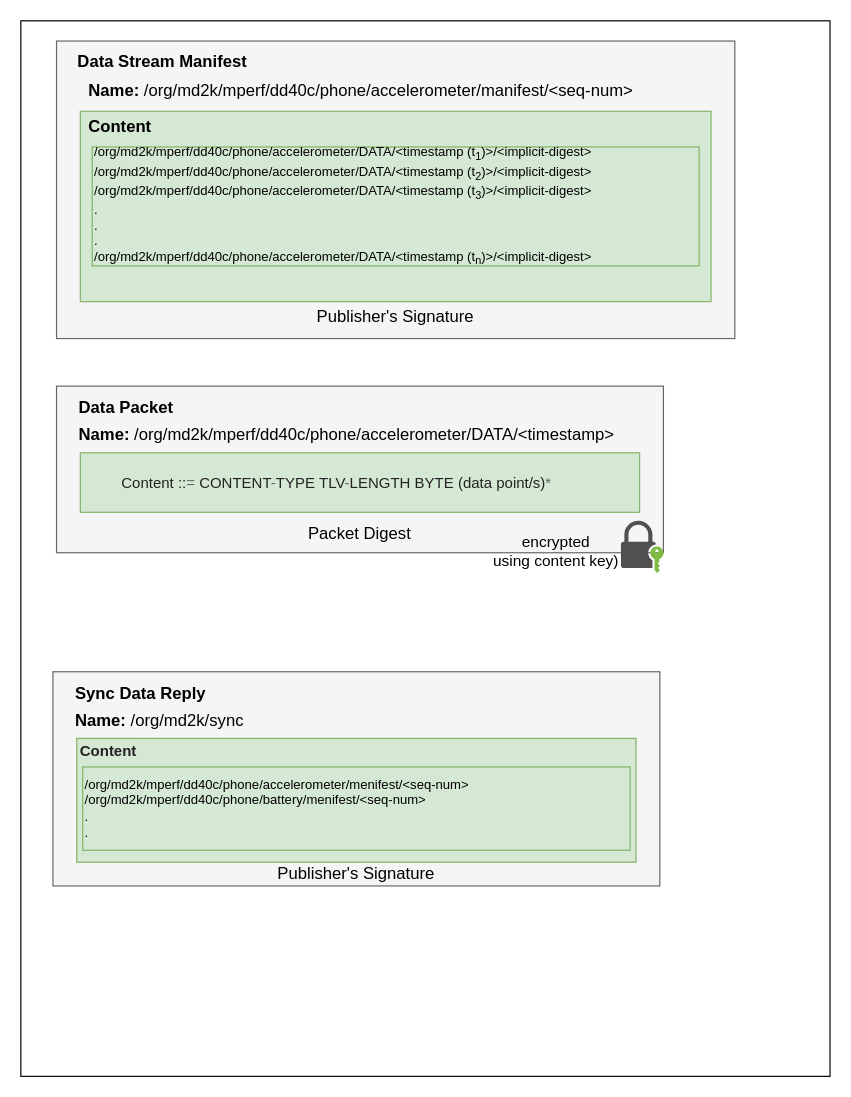
The draw.io diagram page "misc" (3 of 4) of docs/Copy of mGuard .drawio in dulalsaurab/new-mguard, before the edit. Source tidied: cells renumbered, new cells numbered last; positions are measured from the earlier drawing's top-left corner, leaving out a move shared by most shapes. Both pictures are drawn from the tidied source at 119%, with x=0, y=0 at pixel (20, 20).
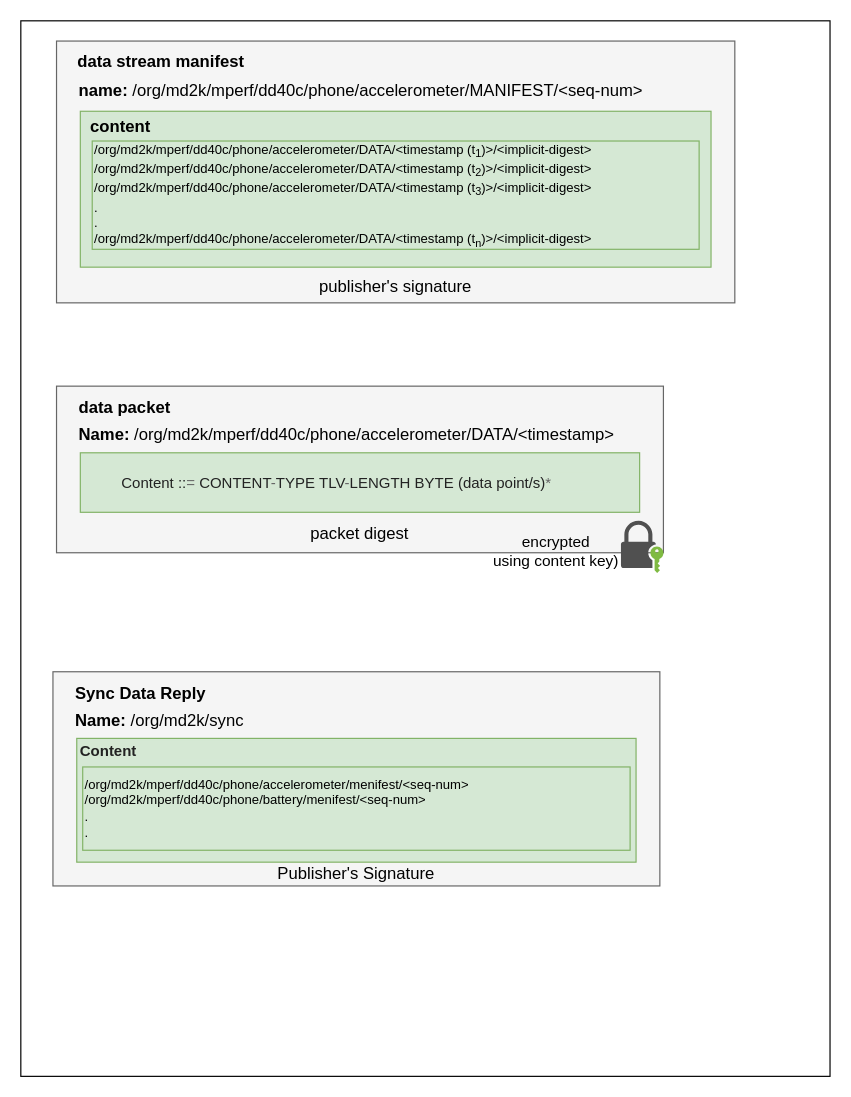
After the change.

The edit, as a diff of the source:
```diff
@@
     <mxCell id="3" value="&lt;br&gt;&lt;br&gt;&lt;br&gt;&lt;br&gt;&lt;br&gt;" style="rounded=0;whiteSpace=wrap;html=1;fillColor=#f5f5f5;strokeColor=#666666;fontColor=#333333;" parent="1" vertex="1">
-      <mxGeometry x="30" y="17" width="570" height="250" as="geometry" />
+      <mxGeometry x="30" y="17" width="570" height="220" as="geometry" />
     </mxCell>
-    <mxCell id="4" value="&lt;div style=&quot;text-align: left&quot;&gt;&lt;/div&gt;&lt;b&gt;Name:&lt;/b&gt;&amp;nbsp;/org/md2k/mperf/dd40c/phone/accelerometer/manifest/&amp;lt;seq-num&amp;gt;" style="text;html=1;strokeColor=none;fillColor=none;align=center;verticalAlign=middle;whiteSpace=wrap;rounded=0;fontStyle=0;fontSize=14;" parent="1" vertex="1">
+    <mxCell id="4" value="&lt;div style=&quot;text-align: left&quot;&gt;&lt;/div&gt;&lt;b&gt;name:&lt;/b&gt;&amp;nbsp;/org/md2k/mperf/dd40c/phone/accelerometer/MANIFEST/&amp;lt;seq-num&amp;gt;" style="text;html=1;strokeColor=none;fillColor=none;align=center;verticalAlign=middle;whiteSpace=wrap;rounded=0;fontStyle=0;fontSize=14;" parent="1" vertex="1">
       <mxGeometry x="41" y="44" width="490" height="30" as="geometry" />
     </mxCell>
-    <mxCell id="5" value="&lt;b&gt;&amp;nbsp;Content&amp;nbsp; &amp;nbsp; &amp;nbsp; &amp;nbsp;&lt;/b&gt;&amp;nbsp; &amp;nbsp; &amp;nbsp; &amp;nbsp; &amp;nbsp; &amp;nbsp; &amp;nbsp; &amp;nbsp; &amp;nbsp; &amp;nbsp; &amp;nbsp; &amp;nbsp; &amp;nbsp; &amp;nbsp; &amp;nbsp; &amp;nbsp; &amp;nbsp; &amp;nbsp; &amp;nbsp; &amp;nbsp; &amp;nbsp; &amp;nbsp; &amp;nbsp; &amp;nbsp; &amp;nbsp; &amp;nbsp; &amp;nbsp; &amp;nbsp; &amp;nbsp; &amp;nbsp; &amp;nbsp; &amp;nbsp; &amp;nbsp; &amp;nbsp; &amp;nbsp; &amp;nbsp; &amp;nbsp; &amp;nbsp; &amp;nbsp; &amp;nbsp; &amp;nbsp; &amp;nbsp; &amp;nbsp; &amp;nbsp; &amp;nbsp; &amp;nbsp; &amp;nbsp; &amp;nbsp; &amp;nbsp; &amp;nbsp; &amp;nbsp; &amp;nbsp; &amp;nbsp; &amp;nbsp; &amp;nbsp; &amp;nbsp; &amp;nbsp; &amp;nbsp;&lt;br&gt;&lt;br&gt;&lt;br&gt;&lt;br&gt;&lt;br&gt;&lt;br&gt;&lt;br&gt;&lt;br&gt;" style="rounded=0;whiteSpace=wrap;html=1;fontSize=14;strokeColor=#82b366;fillColor=#d5e8d4;" parent="1" vertex="1">
-      <mxGeometry x="50" y="76" width="530" height="160" as="geometry" />
+    <mxCell id="5" value="&lt;b&gt;&amp;nbsp; &amp;nbsp; &amp;nbsp; &amp;nbsp; &amp;nbsp; &amp;nbsp; &amp;nbsp; &amp;nbsp; &amp;nbsp; &amp;nbsp; &amp;nbsp; &amp;nbsp; &amp;nbsp; &amp;nbsp; &amp;nbsp; &amp;nbsp; &amp;nbsp; &amp;nbsp; &amp;nbsp; &amp;nbsp; &amp;nbsp; &amp;nbsp; &amp;nbsp; &amp;nbsp; &amp;nbsp; &amp;nbsp; &amp;nbsp; &amp;nbsp; &amp;nbsp; &amp;nbsp; &amp;nbsp; &amp;nbsp; &amp;nbsp; &amp;nbsp; &amp;nbsp; &amp;nbsp; &amp;nbsp; &amp;nbsp; &amp;nbsp; &amp;nbsp; &amp;nbsp; &amp;nbsp; &amp;nbsp; &amp;nbsp; &amp;nbsp; &amp;nbsp; &amp;nbsp; &amp;nbsp; &amp;nbsp; &amp;nbsp; &amp;nbsp; &amp;nbsp; &amp;nbsp; &amp;nbsp; &amp;nbsp; &amp;nbsp; &amp;nbsp; &amp;nbsp; &amp;nbsp; &amp;nbsp; &amp;nbsp;&lt;/b&gt;&lt;br&gt;&lt;br&gt;&lt;br&gt;&lt;br&gt;&lt;br&gt;" style="rounded=0;whiteSpace=wrap;html=1;fontSize=14;strokeColor=#82b366;fillColor=#d5e8d4;" parent="1" vertex="1">
+      <mxGeometry x="50" y="76" width="530" height="131" as="geometry" />
     </mxCell>
-    <mxCell id="6" value="/org/md2k/mperf/dd40c/phone/accelerometer/DATA/&amp;lt;timestamp (t&lt;sub&gt;1&lt;/sub&gt;)&amp;gt;/&amp;lt;implicit-digest&amp;gt;&lt;br&gt;/org/md2k/mperf/dd40c/phone/accelerometer/DATA/&amp;lt;timestamp (t&lt;sub&gt;2&lt;/sub&gt;)&amp;gt;/&amp;lt;implicit-digest&amp;gt;&lt;br&gt;/org/md2k/mperf/dd40c/phone/accelerometer/DATA/&amp;lt;timestamp (t&lt;sub&gt;3&lt;/sub&gt;)&amp;gt;/&amp;lt;implicit-digest&amp;gt;&lt;br&gt;.&lt;br&gt;.&lt;br&gt;.&lt;br&gt;/org/md2k/mperf/dd40c/phone/accelerometer/DATA/&amp;lt;timestamp (t&lt;sub&gt;n&lt;/sub&gt;)&amp;gt;/&amp;lt;implicit-digest&amp;gt;" style="text;html=1;strokeColor=#82b366;fillColor=#d5e8d4;align=left;verticalAlign=middle;whiteSpace=wrap;rounded=0;fontStyle=0;fontSize=11;" parent="1" vertex="1">
-      <mxGeometry x="60" y="106" width="510" height="100" as="geometry" />
+    <mxCell id="6" value="/org/md2k/mperf/dd40c/phone/accelerometer/DATA/&amp;lt;timestamp (t&lt;sub&gt;1&lt;/sub&gt;)&amp;gt;/&amp;lt;implicit-digest&amp;gt;&lt;br&gt;/org/md2k/mperf/dd40c/phone/accelerometer/DATA/&amp;lt;timestamp (t&lt;sub&gt;2&lt;/sub&gt;)&amp;gt;/&amp;lt;implicit-digest&amp;gt;&lt;br&gt;/org/md2k/mperf/dd40c/phone/accelerometer/DATA/&amp;lt;timestamp (t&lt;sub&gt;3&lt;/sub&gt;)&amp;gt;/&amp;lt;implicit-digest&amp;gt;&lt;br&gt;.&lt;br&gt;.&lt;br&gt;/org/md2k/mperf/dd40c/phone/accelerometer/DATA/&amp;lt;timestamp (t&lt;sub&gt;n&lt;/sub&gt;)&amp;gt;/&amp;lt;implicit-digest&amp;gt;" style="text;html=1;strokeColor=#82b366;fillColor=#d5e8d4;align=left;verticalAlign=middle;whiteSpace=wrap;rounded=0;fontStyle=0;fontSize=11;" parent="1" vertex="1">
+      <mxGeometry x="60" y="101" width="510" height="91" as="geometry" />
     </mxCell>
-    <mxCell id="7" value="&lt;font style=&quot;font-size: 14px&quot;&gt;Publisher's Signature&lt;/font&gt;" style="text;html=1;strokeColor=none;fillColor=none;align=center;verticalAlign=middle;whiteSpace=wrap;rounded=0;fontSize=11;fontStyle=0;" parent="1" vertex="1">
-      <mxGeometry x="30" y="239" width="570" height="20" as="geometry" />
+    <mxCell id="7" value="&lt;font style=&quot;font-size: 14px&quot;&gt;publisher's signature&lt;/font&gt;" style="text;html=1;strokeColor=none;fillColor=none;align=center;verticalAlign=middle;whiteSpace=wrap;rounded=0;fontSize=11;fontStyle=0;" parent="1" vertex="1">
+      <mxGeometry x="30" y="213" width="570" height="20" as="geometry" />
     </mxCell>
-    <mxCell id="8" value="&lt;b style=&quot;font-size: 14px&quot;&gt;Data Stream Manifest&lt;/b&gt;" style="text;html=1;strokeColor=none;fillColor=none;align=left;verticalAlign=middle;whiteSpace=wrap;rounded=0;fontSize=11;" parent="1" vertex="1">
+    <mxCell id="8" value="&lt;b style=&quot;font-size: 14px&quot;&gt;data stream manifest&lt;/b&gt;" style="text;html=1;strokeColor=none;fillColor=none;align=left;verticalAlign=middle;whiteSpace=wrap;rounded=0;fontSize=11;" parent="1" vertex="1">
       <mxGeometry x="46" y="24" width="310" height="20" as="geometry" />
     </mxCell>
@@
-    <mxCell id="12" value="&lt;span style=&quot;font-size: 14px&quot;&gt;Packet Digest&lt;/span&gt;" style="text;html=1;strokeColor=none;fillColor=none;align=center;verticalAlign=middle;whiteSpace=wrap;rounded=0;fontSize=11;" parent="1" vertex="1">
+    <mxCell id="12" value="&lt;span style=&quot;font-size: 14px&quot;&gt;packet digest&lt;/span&gt;" style="text;html=1;strokeColor=none;fillColor=none;align=center;verticalAlign=middle;whiteSpace=wrap;rounded=0;fontSize=11;" parent="1" vertex="1">
       <mxGeometry x="30" y="421" width="510" height="20" as="geometry" />
     </mxCell>
-    <mxCell id="13" value="&lt;b style=&quot;font-size: 14px&quot;&gt;Data Packet&lt;/b&gt;" style="text;html=1;strokeColor=none;fillColor=none;align=left;verticalAlign=middle;whiteSpace=wrap;rounded=0;fontSize=11;" parent="1" vertex="1">
+    <mxCell id="13" value="&lt;b style=&quot;font-size: 14px&quot;&gt;data packet&lt;/b&gt;" style="text;html=1;strokeColor=none;fillColor=none;align=left;verticalAlign=middle;whiteSpace=wrap;rounded=0;fontSize=11;" parent="1" vertex="1">
       <mxGeometry x="47" y="315" width="310" height="20" as="geometry" />
     </mxCell>
@@
+    <mxCell id="22" value="&lt;b style=&quot;font-size: 14px;&quot;&gt;&amp;nbsp;content&amp;nbsp;&lt;/b&gt;" style="text;html=1;strokeColor=none;fillColor=none;align=center;verticalAlign=middle;whiteSpace=wrap;rounded=0;labelBackgroundColor=#D5E8D4;fontFamily=Helvetica;" parent="1" vertex="1">
+      <mxGeometry x="54" y="74" width="60" height="30" as="geometry" />
+    </mxCell>
```
